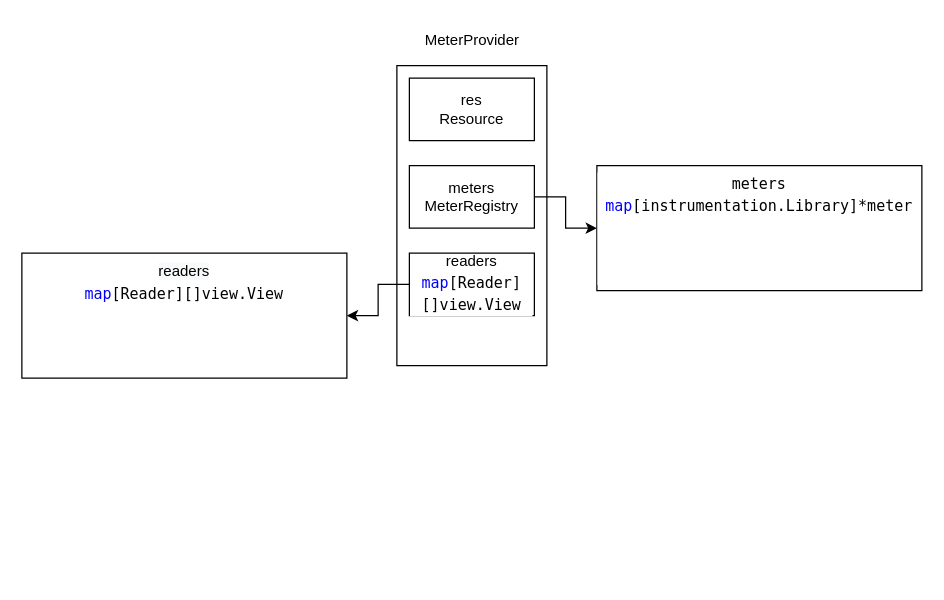
The draw.io diagram opentelemetry/golang-sdk/otel-metric-sdk-new.drawio in fatsheep9146/drawio-registry, before the edit. Source tidied: cells renumbered, new cells numbered last; positions are measured from the earlier drawing's top-left corner, leaving out a move shared by most shapes. Both pictures are drawn from the tidied source at 125%, with x=0, y=0 at pixel (21, 21).
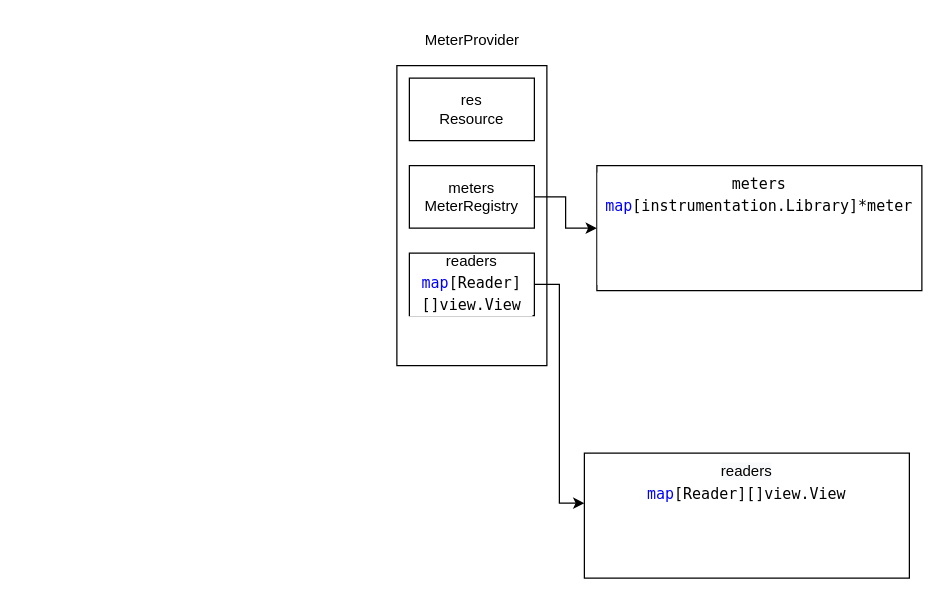
The same page after the edit.

Diff of the diagram source:
```diff
@@
 <mxGraphModel>
   <root>
     <mxCell id="0" />
     <mxCell id="1" parent="0" />
     <mxCell id="2" style="rounded=0;whiteSpace=wrap;html=1;" parent="1" vertex="1">
       <mxGeometry x="300" y="35" width="120" height="240" as="geometry" />
     </mxCell>
     <mxCell id="3" value="MeterProvider" style="text;html=1;align=center;verticalAlign=middle;strokeColor=none;fillColor=none;" parent="1" vertex="1">
       <mxGeometry x="310" width="100" height="30" as="geometry" />
     </mxCell>
     <mxCell id="4" value="res&lt;br&gt;Resource" style="rounded=0;whiteSpace=wrap;html=1;" parent="1" vertex="1">
       <mxGeometry x="310" y="45" width="100" height="50" as="geometry" />
     </mxCell>
     <mxCell id="5" style="edgeStyle=orthogonalEdgeStyle;rounded=0;jettySize=auto;html=1;exitX=1;exitY=0.5;exitDx=0;exitDy=0;entryX=0;entryY=0.5;entryDx=0;entryDy=0;" parent="1" edge="1" source="6" target="9">
       <mxGeometry relative="1" as="geometry" />
     </mxCell>
     <mxCell id="6" value="meters&lt;br&gt;MeterRegistry" style="rounded=0;whiteSpace=wrap;html=1;" parent="1" vertex="1">
       <mxGeometry x="310" y="115" width="100" height="50" as="geometry" />
     </mxCell>
-    <mxCell id="7" style="edgeStyle=orthogonalEdgeStyle;rounded=0;jettySize=auto;html=1;exitX=0;exitY=0.5;exitDx=0;exitDy=0;entryX=1;entryY=0.5;entryDx=0;entryDy=0;" parent="1" edge="1" source="8" target="10">
+    <mxCell id="7" style="edgeStyle=orthogonalEdgeStyle;rounded=0;jettySize=auto;html=1;exitX=1;exitY=0.5;exitDx=0;exitDy=0;entryX=0;entryY=0.4;entryDx=0;entryDy=0;entryPerimeter=0;" parent="1" edge="1" source="8" target="10">
       <mxGeometry relative="1" as="geometry" />
     </mxCell>
     <mxCell id="8" value="readers&lt;br&gt;&lt;div style=&quot;background-color: rgb(255, 255, 255); font-family: Menlo, Monaco, &amp;quot;Courier New&amp;quot;, monospace; line-height: 18px;&quot;&gt;&lt;span style=&quot;color: #0000ff;&quot;&gt;map&lt;/span&gt;[Reader][]view.View&lt;/div&gt;" style="rounded=0;whiteSpace=wrap;html=1;" parent="1" vertex="1">
       <mxGeometry x="310" y="185" width="100" height="50" as="geometry" />
     </mxCell>
     <mxCell id="9" value="&lt;div style=&quot;background-color: rgb(255, 255, 255); font-family: Menlo, Monaco, &amp;quot;Courier New&amp;quot;, monospace; line-height: 18px;&quot;&gt;meters &lt;span style=&quot;color: #0000ff;&quot;&gt;map&lt;/span&gt;[instrumentation.Library]*meter&lt;/div&gt;&lt;div style=&quot;background-color: rgb(255, 255, 255); font-family: Menlo, Monaco, &amp;quot;Courier New&amp;quot;, monospace; line-height: 18px;&quot;&gt;&lt;br&gt;&lt;/div&gt;&lt;div style=&quot;background-color: rgb(255, 255, 255); font-family: Menlo, Monaco, &amp;quot;Courier New&amp;quot;, monospace; line-height: 18px;&quot;&gt;&lt;br&gt;&lt;/div&gt;&lt;div style=&quot;background-color: rgb(255, 255, 255); font-family: Menlo, Monaco, &amp;quot;Courier New&amp;quot;, monospace; line-height: 18px;&quot;&gt;&lt;br&gt;&lt;/div&gt;" style="rounded=0;whiteSpace=wrap;html=1;" parent="1" vertex="1">
       <mxGeometry x="460" y="115" width="260" height="100" as="geometry" />
     </mxCell>
     <mxCell id="10" value="&lt;div style=&quot;background-color: rgb(255, 255, 255); font-family: Menlo, Monaco, &amp;quot;Courier New&amp;quot;, monospace; line-height: 18px;&quot;&gt;&lt;span style=&quot;font-family: Helvetica; background-color: rgb(248, 249, 250);&quot;&gt;readers&lt;/span&gt;&lt;br style=&quot;font-family: Helvetica; background-color: rgb(248, 249, 250);&quot;&gt;&lt;div style=&quot;line-height: 18px;&quot;&gt;&lt;span style=&quot;color: rgb(0, 0, 255);&quot;&gt;map&lt;/span&gt;[Reader][]view.View&lt;/div&gt;&lt;div style=&quot;line-height: 18px;&quot;&gt;&lt;br&gt;&lt;/div&gt;&lt;div style=&quot;line-height: 18px;&quot;&gt;&lt;br&gt;&lt;/div&gt;&lt;div style=&quot;line-height: 18px;&quot;&gt;&lt;br&gt;&lt;/div&gt;&lt;/div&gt;" style="rounded=0;whiteSpace=wrap;html=1;" parent="1" vertex="1">
-      <mxGeometry y="185" width="260" height="100" as="geometry" />
+      <mxGeometry x="450" y="345" width="260" height="100" as="geometry" />
     </mxCell>
   </root>
 </mxGraphModel>
```
